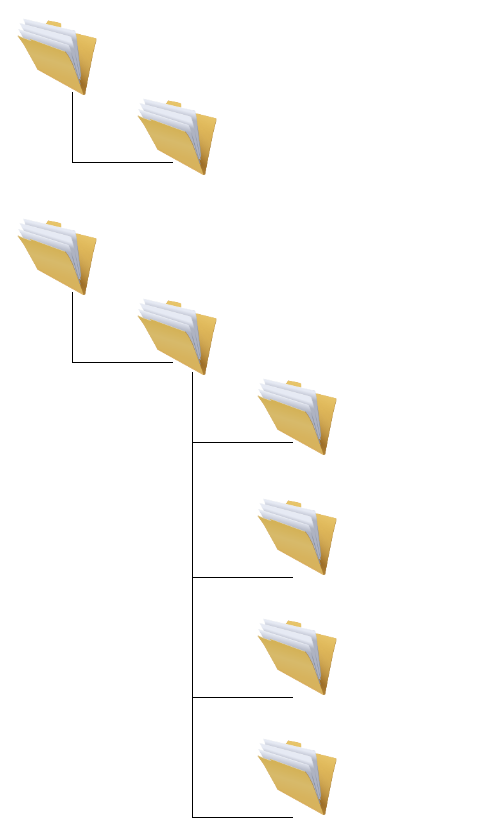
Earlier version of the draw.io diagram Diagrama sem nome.drawio (robthross/aws_instancias). Source tidied: cells renumbered, new cells numbered last; positions are measured from the earlier drawing's top-left corner, leaving out a move shared by most shapes. Both pictures are drawn from the tidied source at 100%, with x=0, y=0 at pixel (17, 17).
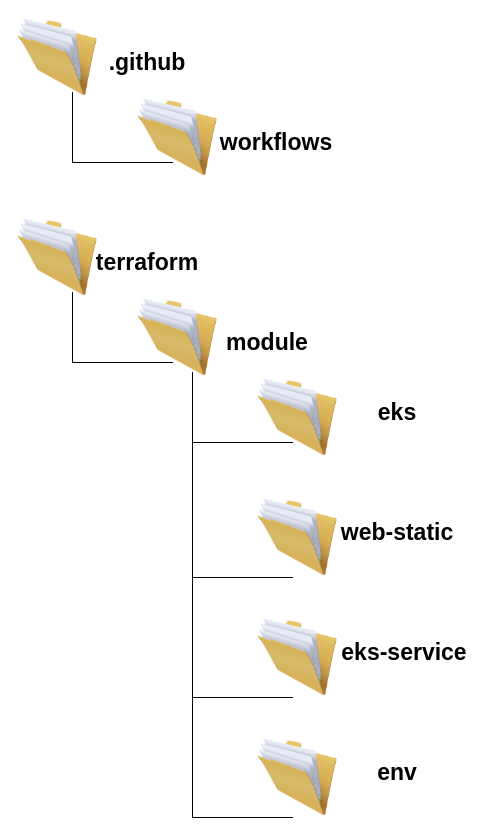
The same diagram, later.

The edit, as a diff of the source:
```diff
@@
+    <mxCell id="16" value="&lt;font style=&quot;font-size: 23px;&quot;&gt;&lt;b&gt;.github&lt;/b&gt;&lt;/font&gt;" style="text;html=1;strokeColor=none;fillColor=none;align=center;verticalAlign=middle;whiteSpace=wrap;rounded=0;" parent="1" vertex="1">
+      <mxGeometry x="60" y="10" width="140" height="70" as="geometry" />
+    </mxCell>
+    <mxCell id="17" value="&lt;font style=&quot;font-size: 23px;&quot;&gt;&lt;b&gt;workflows&lt;/b&gt;&lt;/font&gt;" style="text;html=1;strokeColor=none;fillColor=none;align=center;verticalAlign=middle;whiteSpace=wrap;rounded=0;" parent="1" vertex="1">
+      <mxGeometry x="189" y="90" width="140" height="70" as="geometry" />
+    </mxCell>
+    <mxCell id="18" value="&lt;font style=&quot;font-size: 23px;&quot;&gt;&lt;b&gt;terraform&lt;/b&gt;&lt;/font&gt;" style="text;html=1;strokeColor=none;fillColor=none;align=center;verticalAlign=middle;whiteSpace=wrap;rounded=0;" parent="1" vertex="1">
+      <mxGeometry x="60" y="210" width="140" height="70" as="geometry" />
+    </mxCell>
+    <mxCell id="19" value="&lt;font style=&quot;font-size: 23px;&quot;&gt;&lt;b&gt;module&lt;/b&gt;&lt;/font&gt;" style="text;html=1;strokeColor=none;fillColor=none;align=center;verticalAlign=middle;whiteSpace=wrap;rounded=0;" parent="1" vertex="1">
+      <mxGeometry x="180" y="290" width="140" height="70" as="geometry" />
+    </mxCell>
+    <mxCell id="20" value="&lt;font style=&quot;font-size: 23px;&quot;&gt;&lt;b&gt;eks&lt;/b&gt;&lt;/font&gt;" style="text;html=1;strokeColor=none;fillColor=none;align=center;verticalAlign=middle;whiteSpace=wrap;rounded=0;" parent="1" vertex="1">
+      <mxGeometry x="310" y="360" width="140" height="70" as="geometry" />
+    </mxCell>
+    <mxCell id="21" value="&lt;font style=&quot;font-size: 23px;&quot;&gt;&lt;b&gt;web-static&lt;/b&gt;&lt;/font&gt;" style="text;html=1;strokeColor=none;fillColor=none;align=center;verticalAlign=middle;whiteSpace=wrap;rounded=0;" parent="1" vertex="1">
+      <mxGeometry x="310" y="480" width="140" height="70" as="geometry" />
+    </mxCell>
+    <mxCell id="22" value="&lt;span style=&quot;font-size: 23px;&quot;&gt;&lt;b&gt;eks-service&lt;/b&gt;&lt;/span&gt;" style="text;html=1;strokeColor=none;fillColor=none;align=center;verticalAlign=middle;whiteSpace=wrap;rounded=0;" parent="1" vertex="1">
+      <mxGeometry x="317" y="600" width="140" height="70" as="geometry" />
+    </mxCell>
+    <mxCell id="23" value="&lt;font style=&quot;font-size: 23px;&quot;&gt;&lt;b&gt;env&lt;br&gt;&lt;/b&gt;&lt;/font&gt;" style="text;html=1;strokeColor=none;fillColor=none;align=center;verticalAlign=middle;whiteSpace=wrap;rounded=0;" parent="1" vertex="1">
+      <mxGeometry x="310" y="720" width="140" height="70" as="geometry" />
+    </mxCell>
```
